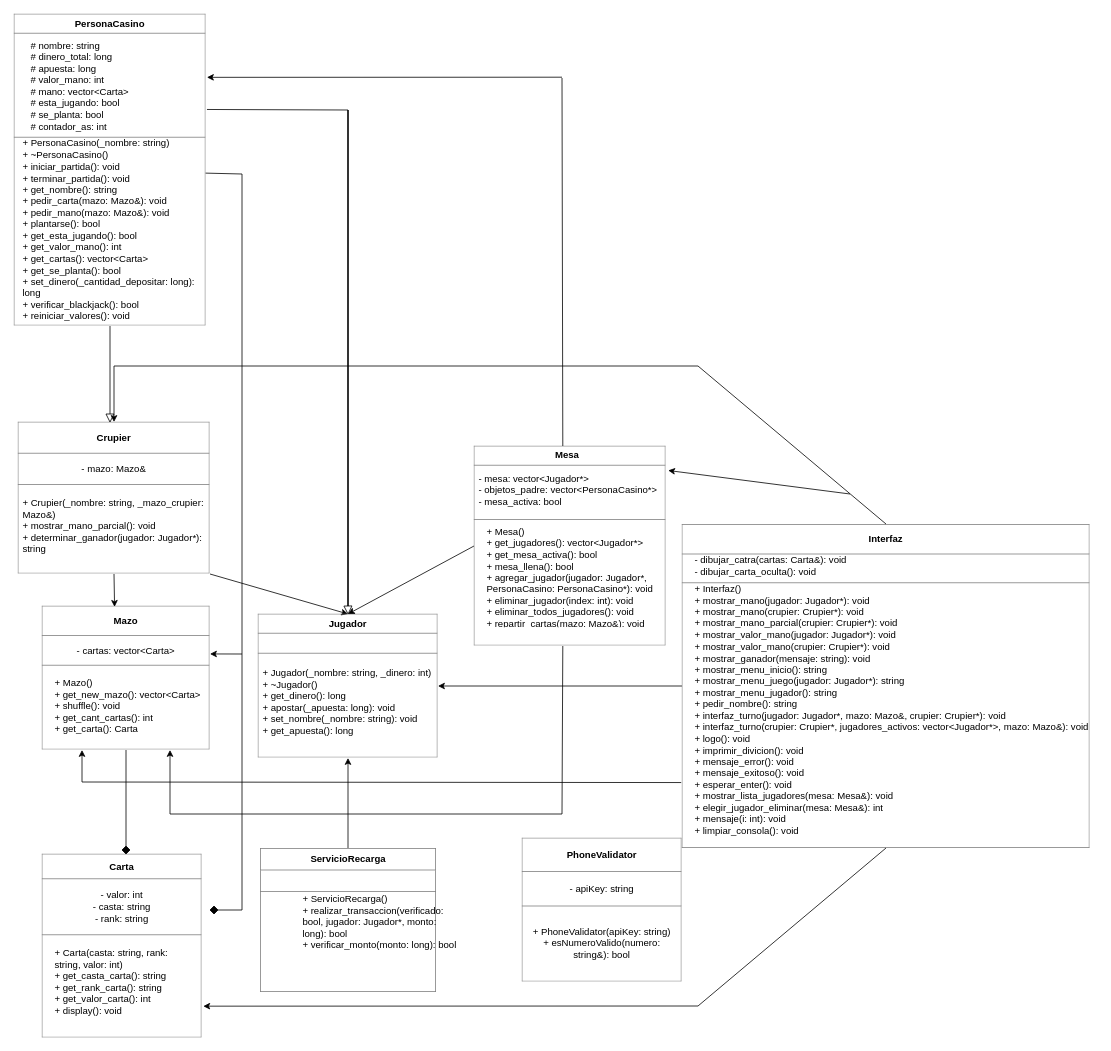
Above: src/Diagram.dio in Atuesta117/BlackJack (draw.io), before the change. Source tidied: cells renumbered, new cells numbered last; positions are measured from the earlier drawing's top-left corner, leaving out a move shared by most shapes. Both pictures are drawn from the tidied source at 80%, with x=0, y=0 at pixel (14, 14).
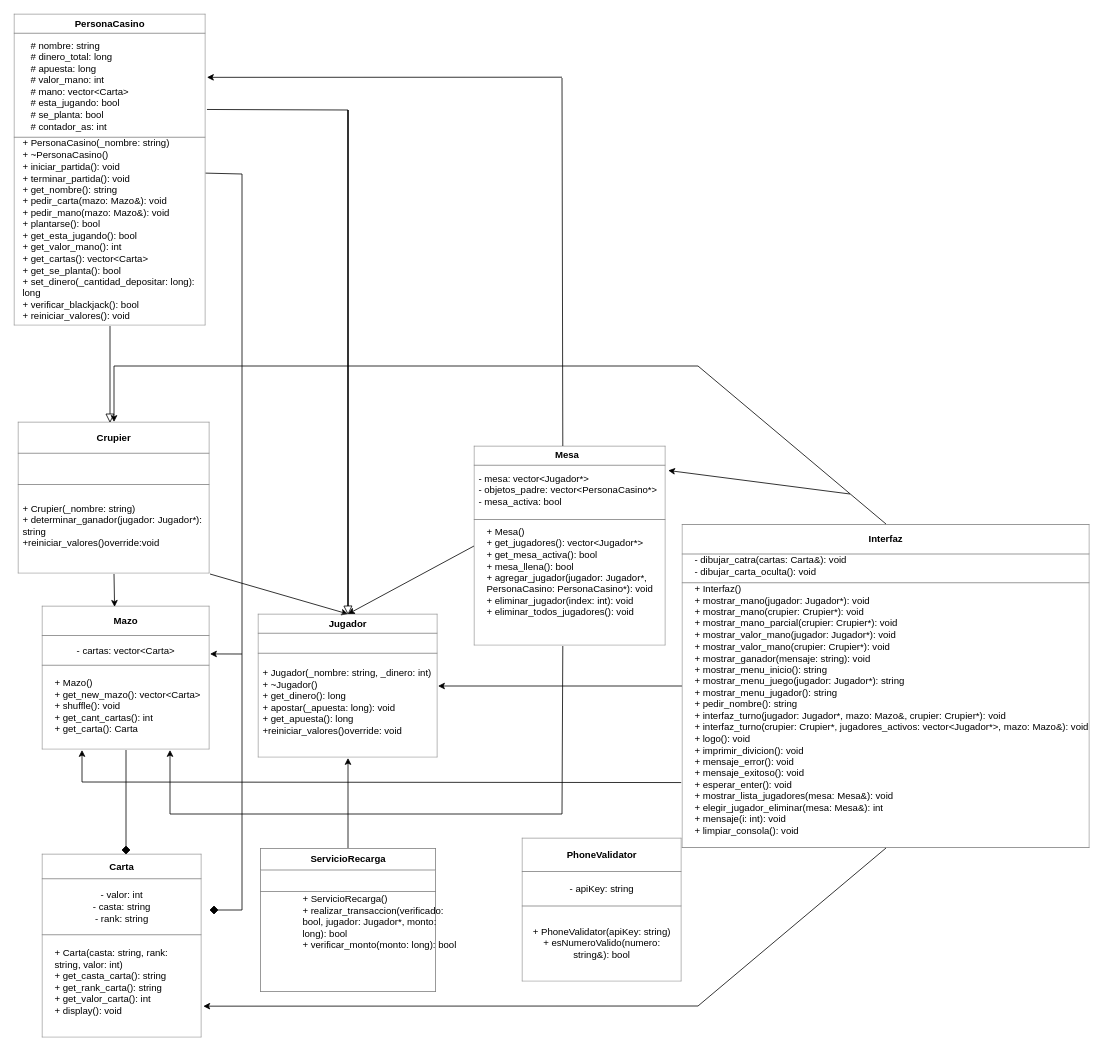
Above is the later version.

Diff of the diagram source:
```diff
@@
-    <mxCell id="3" value="&lt;table border=&quot;1&quot; width=&quot;100%&quot; height=&quot;100%&quot; cellpadding=&quot;4&quot; style=&quot;width:100%;height:100%;border-collapse:collapse;&quot;&gt;&lt;tbody&gt;&lt;tr&gt;&lt;th align=&quot;center&quot;&gt;Crupier&lt;/th&gt;&lt;/tr&gt;&lt;tr&gt;&lt;td align=&quot;center&quot;&gt;- mazo: Mazo&amp;amp;&lt;/td&gt;&lt;/tr&gt;&lt;tr&gt;&lt;td align=&quot;center&quot;&gt;&lt;br&gt;&lt;br&gt;&lt;br&gt;&lt;br&gt;&lt;/td&gt;&lt;/tr&gt;&lt;/tbody&gt;&lt;/table&gt;" style="text;html=1;whiteSpace=wrap;strokeColor=none;fillColor=none;overflow=fill;" parent="1" vertex="1">
+    <mxCell id="3" value="&lt;table border=&quot;1&quot; width=&quot;100%&quot; height=&quot;100%&quot; cellpadding=&quot;4&quot; style=&quot;width:100%;height:100%;border-collapse:collapse;&quot;&gt;&lt;tbody&gt;&lt;tr&gt;&lt;th align=&quot;center&quot;&gt;Crupier&lt;/th&gt;&lt;/tr&gt;&lt;tr&gt;&lt;td align=&quot;center&quot;&gt;&lt;br&gt;&lt;/td&gt;&lt;/tr&gt;&lt;tr&gt;&lt;td align=&quot;center&quot;&gt;&lt;br&gt;&lt;br&gt;&lt;br&gt;&lt;br&gt;&lt;/td&gt;&lt;/tr&gt;&lt;/tbody&gt;&lt;/table&gt;" style="text;html=1;whiteSpace=wrap;strokeColor=none;fillColor=none;overflow=fill;" parent="1" vertex="1">
       <mxGeometry x="5" y="510" width="240" height="190" as="geometry" />
     </mxCell>
@@
-    <mxCell id="28" value="&lt;div&gt;&lt;font color=&quot;#000000&quot;&gt;+ Crupier(_nombre: string, _mazo_crupier: Mazo&amp;amp;)&lt;/font&gt;&lt;/div&gt;&lt;div&gt;&lt;font color=&quot;#000000&quot;&gt;+ mostrar_mano_parcial(): void&lt;/font&gt;&lt;/div&gt;&lt;div&gt;&lt;font color=&quot;#000000&quot;&gt;+ determinar_ganador(jugador: Jugador*): string&lt;/font&gt;&lt;/div&gt;" style="text;strokeColor=none;fillColor=none;align=left;verticalAlign=middle;spacingLeft=4;spacingRight=4;overflow=hidden;whiteSpace=wrap;html=1;" parent="1" vertex="1">
+    <mxCell id="28" value="&lt;div&gt;&lt;font color=&quot;#000000&quot;&gt;+ Crupier(_nombre: string)&lt;/font&gt;&lt;/div&gt;&lt;div&gt;&lt;span style=&quot;background-color: transparent;&quot;&gt;+ determinar_ganador(jugador: Jugador*): string&lt;/span&gt;&lt;/div&gt;&lt;div&gt;+reiniciar_valores()override:void&lt;/div&gt;" style="text;strokeColor=none;fillColor=none;align=left;verticalAlign=middle;spacingLeft=4;spacingRight=4;overflow=hidden;whiteSpace=wrap;html=1;" parent="1" vertex="1">
       <mxGeometry x="5" y="590" width="260" height="100" as="geometry" />
     </mxCell>
@@
-    <mxCell id="41" value="&lt;div&gt;&lt;font color=&quot;#000000&quot;&gt;+ Jugador(_nombre: string, _dinero: int)&lt;/font&gt;&lt;/div&gt;&lt;div&gt;&lt;font color=&quot;#000000&quot;&gt;+ ~Jugador()&lt;/font&gt;&lt;/div&gt;&lt;div&gt;&lt;font color=&quot;#000000&quot;&gt;+ get_dinero(): long&lt;/font&gt;&lt;/div&gt;&lt;div&gt;&lt;font color=&quot;#000000&quot;&gt;+ apostar(_apuesta: long): void&lt;/font&gt;&lt;/div&gt;&lt;div&gt;&lt;font color=&quot;#000000&quot;&gt;+ set_nombre(_nombre: string): void&lt;/font&gt;&lt;/div&gt;&lt;div&gt;&lt;font color=&quot;#000000&quot;&gt;+ get_apuesta(): long&lt;/font&gt;&lt;/div&gt;" style="text;strokeColor=none;fillColor=none;align=left;verticalAlign=middle;spacingLeft=4;spacingRight=4;overflow=hidden;whiteSpace=wrap;html=1;" parent="1" vertex="1">
+    <mxCell id="41" value="&lt;div&gt;&lt;font color=&quot;#000000&quot;&gt;+ Jugador(_nombre: string, _dinero: int)&lt;/font&gt;&lt;/div&gt;&lt;div&gt;&lt;font color=&quot;#000000&quot;&gt;+ ~Jugador()&lt;/font&gt;&lt;/div&gt;&lt;div&gt;&lt;font color=&quot;#000000&quot;&gt;+ get_dinero(): long&lt;/font&gt;&lt;/div&gt;&lt;div&gt;&lt;font color=&quot;#000000&quot;&gt;+ apostar(_apuesta: long): void&lt;/font&gt;&lt;/div&gt;&lt;div&gt;&lt;font color=&quot;#000000&quot;&gt;+ get_apuesta(): long&lt;/font&gt;&lt;/div&gt;&lt;div&gt;&lt;font color=&quot;#000000&quot;&gt;+reiniciar_valores()override: void&lt;/font&gt;&lt;/div&gt;" style="text;strokeColor=none;fillColor=none;align=left;verticalAlign=middle;spacingLeft=4;spacingRight=4;overflow=hidden;whiteSpace=wrap;html=1;" parent="1" vertex="1">
       <mxGeometry x="305" y="790" width="230" height="140" as="geometry" />
     </mxCell>
@@
-    <mxCell id="44" value="&lt;div&gt;&lt;font color=&quot;#000000&quot;&gt;+ Mesa()&lt;/font&gt;&lt;/div&gt;&lt;div&gt;&lt;font color=&quot;#000000&quot;&gt;+ get_jugadores(): vector&amp;lt;Jugador*&amp;gt;&lt;/font&gt;&lt;/div&gt;&lt;div&gt;&lt;font color=&quot;#000000&quot;&gt;+ get_mesa_activa(): bool&lt;/font&gt;&lt;/div&gt;&lt;div&gt;&lt;font color=&quot;#000000&quot;&gt;+ mesa_llena(): bool&lt;/font&gt;&lt;/div&gt;&lt;div&gt;&lt;font color=&quot;#000000&quot;&gt;+ agregar_jugador(jugador: Jugador*, PersonaCasino: PersonaCasino*): void&lt;/font&gt;&lt;/div&gt;&lt;div&gt;&lt;font color=&quot;#000000&quot;&gt;+ eliminar_jugador(index: int): void&lt;/font&gt;&lt;/div&gt;&lt;div&gt;&lt;font color=&quot;#000000&quot;&gt;+ eliminar_todos_jugadores(): void&lt;/font&gt;&lt;/div&gt;&lt;div&gt;&lt;font color=&quot;#000000&quot;&gt;+ repartir_cartas(mazo: Mazo&amp;amp;): void&lt;/font&gt;&lt;/div&gt;" style="text;strokeColor=none;fillColor=none;align=left;verticalAlign=middle;spacingLeft=4;spacingRight=4;overflow=hidden;whiteSpace=wrap;html=1;" parent="1" vertex="1">
+    <mxCell id="44" value="&lt;div&gt;&lt;font color=&quot;#000000&quot;&gt;+ Mesa()&lt;/font&gt;&lt;/div&gt;&lt;div&gt;&lt;font color=&quot;#000000&quot;&gt;+ get_jugadores(): vector&amp;lt;Jugador*&amp;gt;&lt;/font&gt;&lt;/div&gt;&lt;div&gt;&lt;font color=&quot;#000000&quot;&gt;+ get_mesa_activa(): bool&lt;/font&gt;&lt;/div&gt;&lt;div&gt;&lt;font color=&quot;#000000&quot;&gt;+ mesa_llena(): bool&lt;/font&gt;&lt;/div&gt;&lt;div&gt;&lt;font color=&quot;#000000&quot;&gt;+ agregar_jugador(jugador: Jugador*, PersonaCasino: PersonaCasino*): void&lt;/font&gt;&lt;/div&gt;&lt;div&gt;&lt;font color=&quot;#000000&quot;&gt;+ eliminar_jugador(index: int): void&lt;/font&gt;&lt;/div&gt;&lt;div&gt;&lt;font color=&quot;#000000&quot;&gt;+ eliminar_todos_jugadores(): void&lt;/font&gt;&lt;/div&gt;&lt;div&gt;&lt;br&gt;&lt;/div&gt;" style="text;strokeColor=none;fillColor=none;align=left;verticalAlign=middle;spacingLeft=4;spacingRight=4;overflow=hidden;whiteSpace=wrap;html=1;" parent="1" vertex="1">
       <mxGeometry x="585" y="637.5" width="250" height="130" as="geometry" />
     </mxCell>
```
